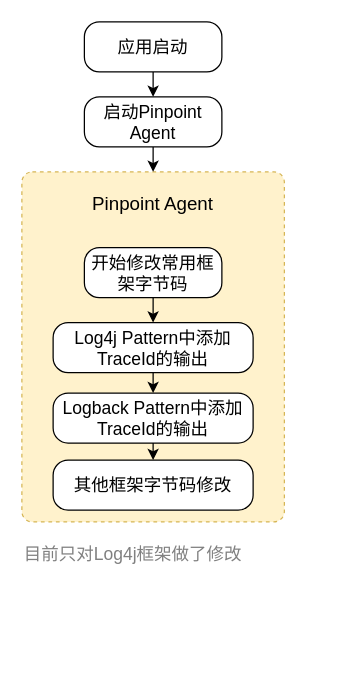
This is page "eagle全链路日志原理" (4 of 11) of Untitled Diagram.drawio from maxuewen/draw.io, a draw.io file, before an edit. Source tidied: cells renumbered, new cells numbered last; positions are measured from the earlier drawing's top-left corner, leaving out a move shared by most shapes. Both pictures are drawn from the tidied source at 125%, with x=0, y=0 at pixel (21, 21).
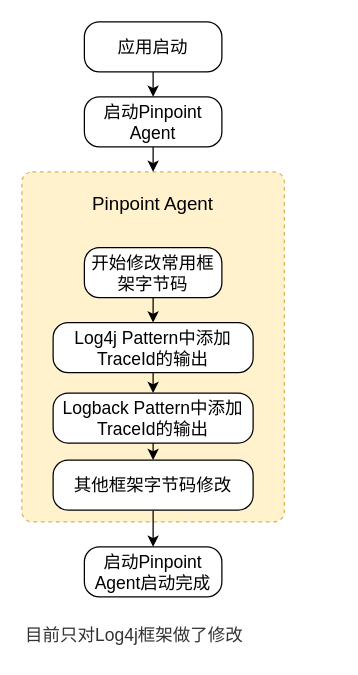
The same page after the edit.

Change to the diagram source:
```diff
@@
 <mxGraphModel>
   <root>
     <mxCell id="0" />
     <mxCell id="1" parent="0" />
     <mxCell id="2" style="rounded=1;whiteSpace=wrap;html=1;labelBackgroundColor=none;fontSize=14;strokeWidth=1;dashed=1;arcSize=4;fillColor=#fff2cc;strokeColor=#d6b656;" parent="1" vertex="1">
       <mxGeometry y="120" width="210" height="280" as="geometry" />
     </mxCell>
     <mxCell id="3" style="edgeStyle=orthogonalEdgeStyle;rounded=0;jettySize=auto;html=1;exitX=0.5;exitY=1;exitDx=0;exitDy=0;entryX=0.5;entryY=0;entryDx=0;entryDy=0;fontSize=15;" parent="1" edge="1" source="4" target="6">
       <mxGeometry relative="1" as="geometry" />
     </mxCell>
     <mxCell id="4" value="应用启动" style="rounded=1;whiteSpace=wrap;html=1;labelBackgroundColor=none;fontSize=14;strokeWidth=1;imageHeight=24;arcSize=30;" parent="1" vertex="1">
       <mxGeometry x="50" width="110" height="40" as="geometry" />
     </mxCell>
     <mxCell id="5" style="edgeStyle=orthogonalEdgeStyle;rounded=0;orthogonalLoop=1;jettySize=auto;html=1;exitX=0.5;exitY=1;exitDx=0;exitDy=0;fontSize=15;" parent="1" edge="1">
       <mxGeometry relative="1" as="geometry">
         <mxPoint x="105" y="90" as="sourcePoint" />
         <mxPoint x="105" y="120" as="targetPoint" />
       </mxGeometry>
     </mxCell>
     <mxCell id="6" value="启动Pinpoint&lt;br&gt;Agent" style="rounded=1;whiteSpace=wrap;html=1;labelBackgroundColor=none;fontSize=14;strokeWidth=1;imageHeight=24;arcSize=30;" parent="1" vertex="1">
       <mxGeometry x="50" y="60" width="110" height="40" as="geometry" />
     </mxCell>
     <mxCell id="7" style="edgeStyle=orthogonalEdgeStyle;rounded=0;jettySize=auto;html=1;exitX=0.5;exitY=1;exitDx=0;exitDy=0;entryX=0.5;entryY=0;entryDx=0;entryDy=0;fontSize=15;" parent="1" edge="1" source="8" target="10">
       <mxGeometry relative="1" as="geometry" />
     </mxCell>
     <mxCell id="8" value="开始修改常用框架字节码" style="rounded=1;whiteSpace=wrap;html=1;labelBackgroundColor=none;fontSize=14;strokeWidth=1;imageHeight=24;arcSize=30;" parent="1" vertex="1">
       <mxGeometry x="50" y="180.6" width="110" height="40" as="geometry" />
     </mxCell>
     <mxCell id="9" style="edgeStyle=orthogonalEdgeStyle;rounded=0;jettySize=auto;html=1;exitX=0.5;exitY=1;exitDx=0;exitDy=0;entryX=0.5;entryY=0;entryDx=0;entryDy=0;fontSize=15;" parent="1" edge="1" source="10" target="12">
       <mxGeometry relative="1" as="geometry" />
     </mxCell>
     <mxCell id="10" value="Log4j Pattern中添加TraceId的输出" style="rounded=1;whiteSpace=wrap;html=1;labelBackgroundColor=none;fontSize=14;strokeWidth=1;imageHeight=24;arcSize=30;" parent="1" vertex="1">
       <mxGeometry x="25" y="240.6" width="160" height="40" as="geometry" />
     </mxCell>
     <mxCell id="11" style="edgeStyle=orthogonalEdgeStyle;rounded=0;jettySize=auto;html=1;exitX=0.5;exitY=1;exitDx=0;exitDy=0;entryX=0.5;entryY=0;entryDx=0;entryDy=0;fontSize=15;" parent="1" edge="1" source="12" target="13">
       <mxGeometry relative="1" as="geometry" />
     </mxCell>
     <mxCell id="12" value="Logback Pattern中添加TraceId的输出" style="rounded=1;whiteSpace=wrap;html=1;labelBackgroundColor=none;fontSize=14;strokeWidth=1;imageHeight=24;arcSize=30;" parent="1" vertex="1">
       <mxGeometry x="25" y="296.9" width="160" height="40" as="geometry" />
     </mxCell>
+    <mxCell id="16" style="edgeStyle=orthogonalEdgeStyle;rounded=0;sketch=0;jumpStyle=arc;jumpSize=10;jettySize=auto;html=1;entryX=0.5;entryY=0;entryDx=0;entryDy=0;shadow=0;fontSize=14;fontColor=#333333;startArrow=none;startFill=0;endArrow=classic;endFill=1;strokeColor=#000000;strokeWidth=1;" parent="1" edge="1" source="13" target="17">
+      <mxGeometry relative="1" as="geometry" />
+    </mxCell>
     <mxCell id="13" value="其他框架字节码修改" style="rounded=1;whiteSpace=wrap;html=1;labelBackgroundColor=none;fontSize=14;strokeWidth=1;imageHeight=24;arcSize=30;" parent="1" vertex="1">
       <mxGeometry x="25" y="350.6" width="160" height="40" as="geometry" />
     </mxCell>
     <mxCell id="14" value="Pinpoint Agent" style="text;html=1;strokeColor=none;fillColor=none;align=center;verticalAlign=middle;whiteSpace=wrap;rounded=0;dashed=1;fontSize=15;" parent="1" vertex="1">
       <mxGeometry x="40" y="130" width="130" height="30" as="geometry" />
     </mxCell>
-    <mxCell id="15" value="&lt;font color=&quot;#808080&quot; style=&quot;font-size: 14px;&quot;&gt;目前只对Log4j框架做了修改&lt;/font&gt;" style="text;html=1;strokeColor=none;fillColor=none;align=left;verticalAlign=middle;whiteSpace=wrap;rounded=0;dashed=1;fontSize=15;" parent="1" vertex="1">
-      <mxGeometry y="410" width="250" height="30" as="geometry" />
+    <mxCell id="15" value="&lt;font color=&quot;#333333&quot; style=&quot;font-size: 14px;&quot;&gt;目前只对Log4j框架做了修改&lt;/font&gt;" style="text;html=1;strokeColor=none;fillColor=none;align=left;verticalAlign=middle;whiteSpace=wrap;rounded=0;dashed=1;fontSize=15;" parent="1" vertex="1">
+      <mxGeometry x="1" y="475" width="250" height="30" as="geometry" />
     </mxCell>
+    <mxCell id="17" value="启动Pinpoint&lt;br&gt;Agent启动完成" style="rounded=1;whiteSpace=wrap;html=1;labelBackgroundColor=none;fontSize=14;strokeWidth=1;imageHeight=24;arcSize=30;" parent="1" vertex="1">
+      <mxGeometry x="50" y="420" width="110" height="40" as="geometry" />
+    </mxCell>
   </root>
 </mxGraphModel>
```
